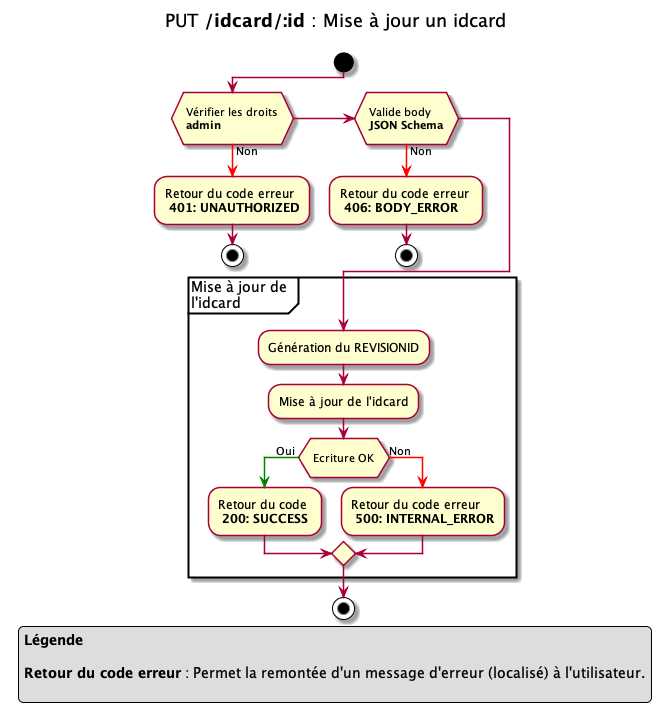
The PlantUML diagram 01.byd-DataFactory/1.ArchitectureDossier/images/idcard_update.png in cogirep/documentation, before a commit.
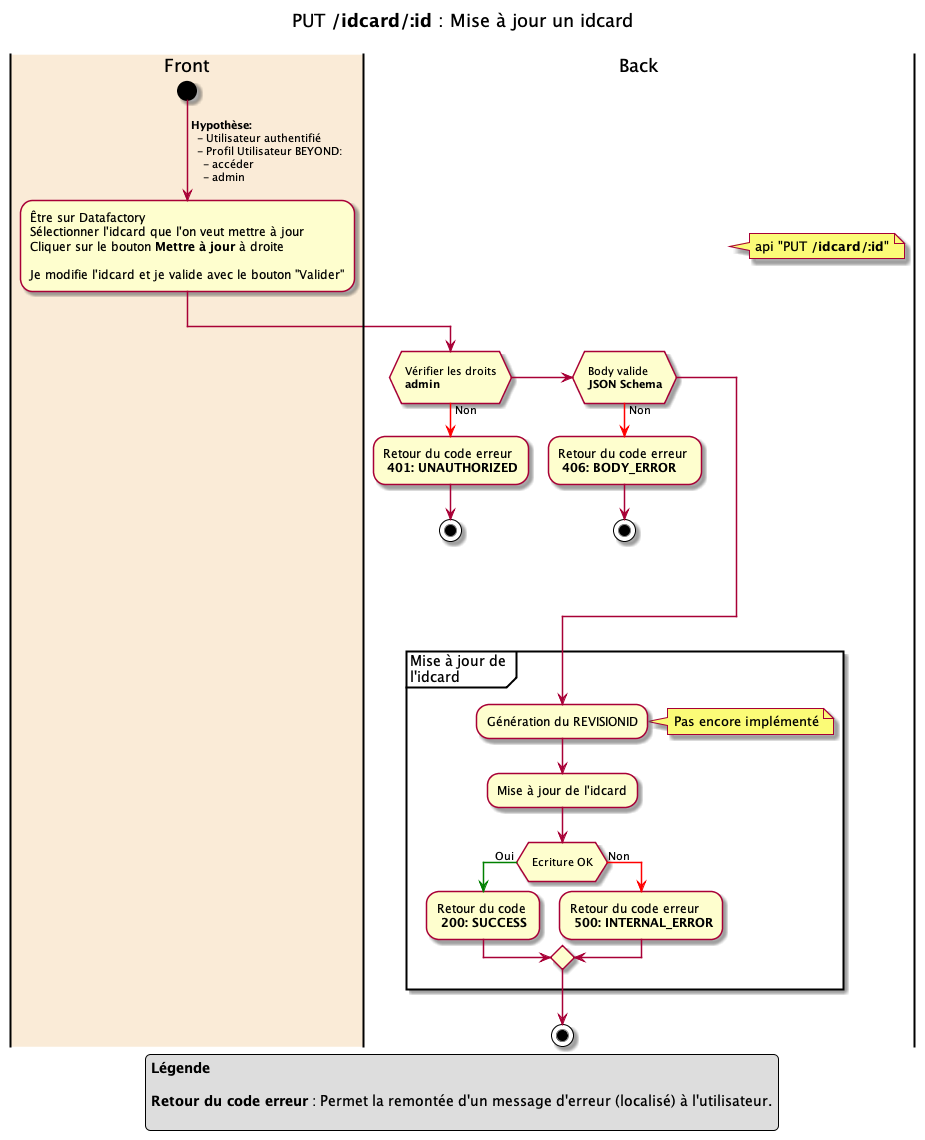
Above is the later version.

What changed in the source:
```diff
@@ -1,16 +1,25 @@
-@startuml
+@startuml idcard_update
 
 title
 PUT **/idcard/:id** : Mise à jour un idcard
 
 end title
 
+|#AntiqueWhite| Front |
 start
+->  **Hypothèse:** \n  - Utilisateur authentifié \n  - Profil Utilisateur BEYOND:  \n    - accéder\n    - admin;
+
+-Être sur Datafactory\nSélectionner l'idcard que l'on veut mettre à jour \nCliquer sur le bouton **Mettre à jour** à droite \n\nJe modifie l'idcard et je valide avec le bouton "Valider"
+
+| Back |
+note right
+  api "PUT **/idcard/:id**"
+end note
 if ( \n Vérifier les droits \n **admin** \n)
     -[#red]-> Non ;
     -Retour du code erreur \n **401: UNAUTHORIZED**
     stop
-elseif ( \n Valide body \n **JSON Schema** \n )
+elseif ( \n Body valide \n **JSON Schema** \n )
     -[#red]-> Non ;
     -Retour du code erreur \n **406: BODY_ERROR**
     stop
@@ -19,6 +28,9 @@
 
 partition "Mise à jour de \nl'idcard" {
     -Génération du REVISIONID
+    note right
+      Pas encore implémenté
+    end note
     -Mise à jour de l'idcard
     if ( \n Ecriture OK \n )
         -[#green]-> Oui ;
```
